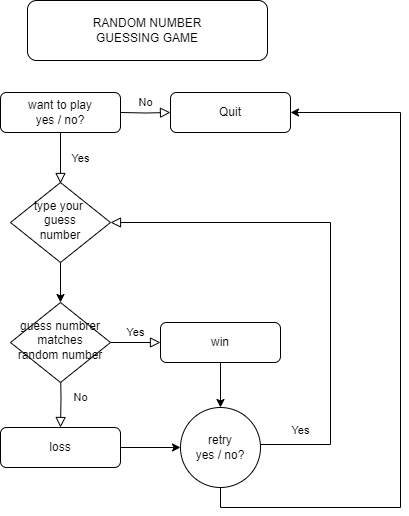
nareshkumar0610/nareshkumar0610 keeps this draw.io diagram as Number guessing.drawio.png. Above is the earlier version. Source tidied: cells renumbered, new cells last; positions are measured from the earlier drawing's top-left corner, leaving out a move shared by most shapes.
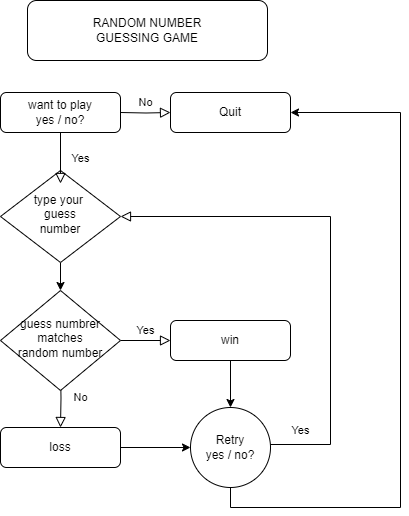
The same file after the commit.

The edit, as a diff of the source:
```diff
@@ -9,7 +9,7 @@
       <mxGeometry relative="1" as="geometry" />
     </mxCell>
     <mxCell id="4" value="type your&amp;nbsp;&lt;div&gt;guess&lt;div&gt;number&lt;/div&gt;&lt;/div&gt;" style="rhombus;whiteSpace=wrap;html=1;shadow=0;fontFamily=Helvetica;fontSize=12;align=center;strokeWidth=1;spacing=6;spacingTop=-4;" parent="1" vertex="1">
-      <mxGeometry x="10" y="182" width="100" height="80" as="geometry" />
+      <mxGeometry y="170" width="120" height="92" as="geometry" />
     </mxCell>
     <mxCell id="5" value="No" style="rounded=0;html=1;jettySize=auto;fontSize=11;endArrow=block;endFill=0;endSize=8;strokeWidth=1;shadow=0;labelBackgroundColor=none;edgeStyle=orthogonalEdgeStyle;" parent="1" edge="1" target="9">
       <mxGeometry y="20" relative="1" as="geometry">
@@ -20,7 +20,7 @@
       <mxGeometry y="10" relative="1" as="geometry" />
     </mxCell>
     <mxCell id="7" value="guess numbrer&lt;div&gt;matches&lt;/div&gt;&lt;div&gt;random number&lt;/div&gt;" style="rhombus;whiteSpace=wrap;html=1;shadow=0;fontFamily=Helvetica;fontSize=12;align=center;strokeWidth=1;spacing=6;spacingTop=-4;" parent="1" vertex="1">
-      <mxGeometry x="10" y="302" width="100" height="80" as="geometry" />
+      <mxGeometry y="290" width="120" height="100" as="geometry" />
     </mxCell>
     <mxCell id="8" style="edgeStyle=orthogonalEdgeStyle;rounded=0;jettySize=auto;html=1;" parent="1" edge="1" source="9" target="16">
       <mxGeometry relative="1" as="geometry" />
@@ -32,7 +32,7 @@
       <mxGeometry relative="1" as="geometry" />
     </mxCell>
     <mxCell id="11" value="win" style="rounded=1;whiteSpace=wrap;html=1;fontSize=12;glass=0;strokeWidth=1;shadow=0;" parent="1" vertex="1">
-      <mxGeometry x="160" y="322" width="120" height="40" as="geometry" />
+      <mxGeometry x="170" y="320" width="120" height="40" as="geometry" />
     </mxCell>
     <mxCell id="12" value="No" style="edgeStyle=orthogonalEdgeStyle;rounded=0;html=1;jettySize=auto;fontSize=11;endArrow=block;endFill=0;endSize=8;strokeWidth=1;shadow=0;labelBackgroundColor=none;" parent="1" edge="1" target="13">
       <mxGeometry y="10" relative="1" as="geometry">
@@ -50,21 +50,21 @@
     <mxCell id="15" style="edgeStyle=orthogonalEdgeStyle;rounded=0;jettySize=auto;html=1;entryX=1;entryY=0.5;entryDx=0;entryDy=0;exitX=0.5;exitY=1;exitDx=0;exitDy=0;" parent="1" edge="1" source="16" target="13">
       <mxGeometry relative="1" as="geometry">
         <Array as="points">
-          <mxPoint x="220" y="507" />
+          <mxPoint x="230" y="507" />
           <mxPoint x="400" y="507" />
           <mxPoint x="400" y="112" />
         </Array>
       </mxGeometry>
     </mxCell>
-    <mxCell id="16" value="retry&lt;div&gt;yes / no?&lt;/div&gt;" style="ellipse;whiteSpace=wrap;html=1;rounded=1;glass=0;strokeWidth=1;shadow=0;" parent="1" vertex="1">
-      <mxGeometry x="180" y="407" width="80" height="80" as="geometry" />
+    <mxCell id="16" value="Retry&lt;div&gt;yes / no?&lt;/div&gt;" style="ellipse;whiteSpace=wrap;html=1;rounded=1;glass=0;strokeWidth=1;shadow=0;" parent="1" vertex="1">
+      <mxGeometry x="190" y="407" width="80" height="80" as="geometry" />
     </mxCell>
     <mxCell id="17" value="RANDOM NUMBER&lt;div&gt;GUESSING GAME&lt;/div&gt;" style="rounded=1;whiteSpace=wrap;html=1;" parent="1" vertex="1">
       <mxGeometry x="27" width="240" height="60" as="geometry" />
     </mxCell>
     <mxCell id="18" value="Yes" style="edgeStyle=elbowEdgeStyle;rounded=0;html=1;jettySize=auto;fontSize=11;endArrow=block;endFill=0;endSize=8;strokeWidth=1;shadow=0;labelBackgroundColor=none;entryX=1;entryY=0.5;entryDx=0;entryDy=0;" parent="1" edge="1" target="4">
-      <mxGeometry x="-0.84" y="14" relative="1" as="geometry">
-        <mxPoint x="260" y="444" as="sourcePoint" />
+      <mxGeometry x="-0.88" y="14" relative="1" as="geometry">
+        <mxPoint x="270" y="444" as="sourcePoint" />
         <Array as="points">
           <mxPoint x="330" y="330" />
         </Array>
```
